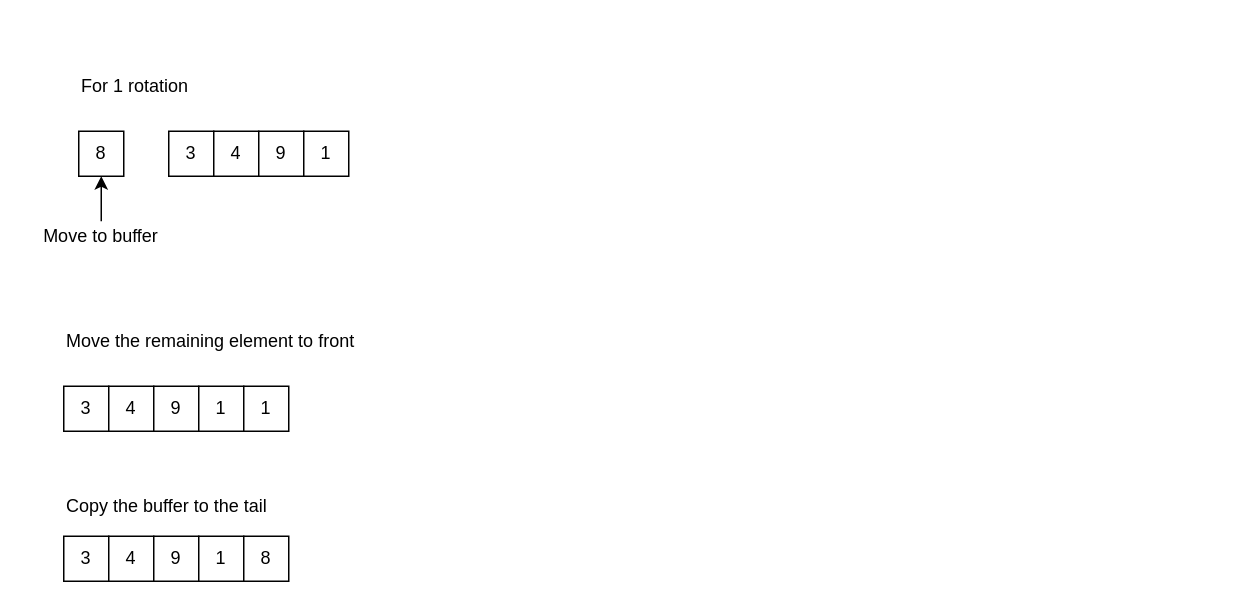
The draw.io diagram docs/RotationLogic.drawio in rajsenthil/tdd-java, before the edit. Source tidied: cells renumbered, new cells numbered last; positions are measured from the earlier drawing's top-left corner, leaving out a move shared by most shapes. Both pictures are drawn from the tidied source at 150%, with x=0, y=0 at pixel (26, 70).
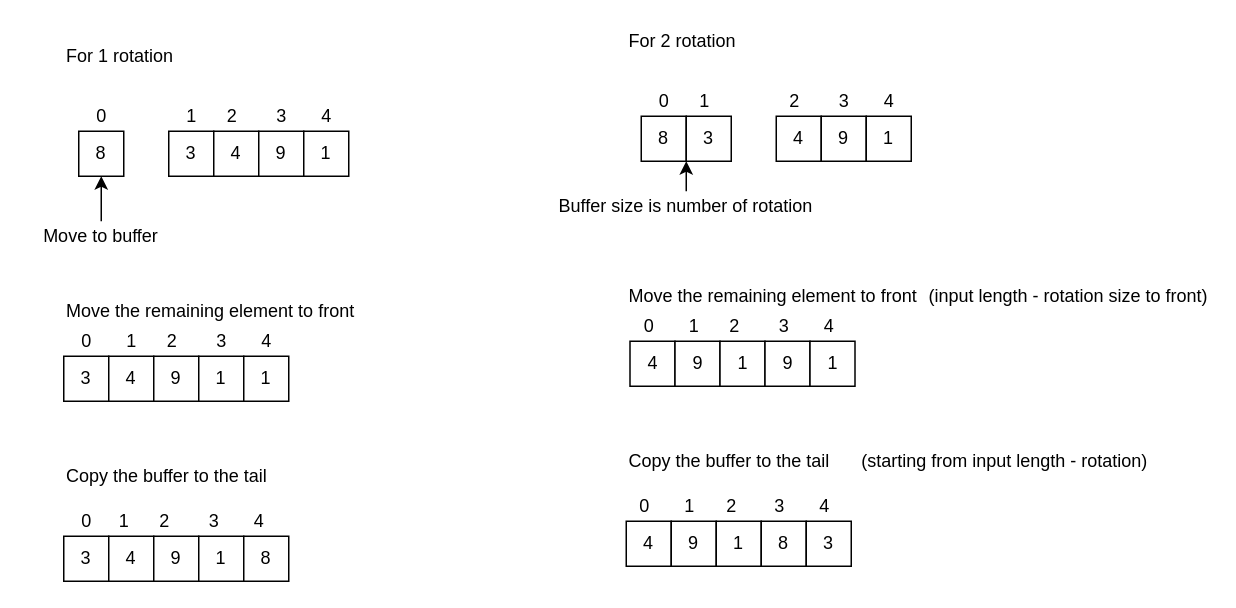
Above is the later version.

Diff of the diagram source:
```diff
@@
     <mxCell id="7" value="For 1 rotation" style="text;html=1;strokeColor=none;fillColor=none;align=left;verticalAlign=middle;whiteSpace=wrap;rounded=0;" parent="1" vertex="1">
-      <mxGeometry x="35" width="180" height="20" as="geometry" />
+      <mxGeometry x="25" y="-20" width="180" height="20" as="geometry" />
     </mxCell>
@@
     <mxCell id="10" value="3" style="whiteSpace=wrap;html=1;" parent="1" vertex="1">
-      <mxGeometry x="25" y="210" width="30" height="30" as="geometry" />
+      <mxGeometry x="25" y="190" width="30" height="30" as="geometry" />
     </mxCell>
     <mxCell id="11" value="4" style="whiteSpace=wrap;html=1;" parent="1" vertex="1">
-      <mxGeometry x="55" y="210" width="30" height="30" as="geometry" />
+      <mxGeometry x="55" y="190" width="30" height="30" as="geometry" />
     </mxCell>
     <mxCell id="12" value="9" style="whiteSpace=wrap;html=1;" parent="1" vertex="1">
-      <mxGeometry x="85" y="210" width="30" height="30" as="geometry" />
+      <mxGeometry x="85" y="190" width="30" height="30" as="geometry" />
     </mxCell>
     <mxCell id="13" value="1" style="whiteSpace=wrap;html=1;" parent="1" vertex="1">
-      <mxGeometry x="115" y="210" width="30" height="30" as="geometry" />
+      <mxGeometry x="115" y="190" width="30" height="30" as="geometry" />
     </mxCell>
     <mxCell id="14" value="Move the remaining element to front" style="text;html=1;strokeColor=none;fillColor=none;align=left;verticalAlign=middle;whiteSpace=wrap;rounded=0;" parent="1" vertex="1">
-      <mxGeometry x="25" y="170" width="200" height="20" as="geometry" />
+      <mxGeometry x="25" y="150" width="200" height="20" as="geometry" />
     </mxCell>
     <mxCell id="15" value="1" style="whiteSpace=wrap;html=1;" parent="1" vertex="1">
-      <mxGeometry x="145" y="210" width="30" height="30" as="geometry" />
+      <mxGeometry x="145" y="190" width="30" height="30" as="geometry" />
     </mxCell>
@@
     <mxCell id="20" value="Copy the buffer to the tail" style="text;html=1;strokeColor=none;fillColor=none;align=left;verticalAlign=middle;whiteSpace=wrap;rounded=0;" parent="1" vertex="1">
-      <mxGeometry x="25" y="280" width="180" height="20" as="geometry" />
+      <mxGeometry x="25" y="260" width="180" height="20" as="geometry" />
     </mxCell>
@@
+    <mxCell id="22" value="0" style="text;html=1;strokeColor=none;fillColor=none;align=center;verticalAlign=middle;whiteSpace=wrap;rounded=0;" parent="1" vertex="1">
+      <mxGeometry x="42.5" y="20" width="15" height="20" as="geometry" />
+    </mxCell>
+    <mxCell id="23" value="1" style="text;html=1;strokeColor=none;fillColor=none;align=center;verticalAlign=middle;whiteSpace=wrap;rounded=0;" parent="1" vertex="1">
+      <mxGeometry x="102.5" y="20" width="15" height="20" as="geometry" />
+    </mxCell>
+    <mxCell id="24" value="2" style="text;html=1;strokeColor=none;fillColor=none;align=center;verticalAlign=middle;whiteSpace=wrap;rounded=0;" parent="1" vertex="1">
+      <mxGeometry x="130" y="20" width="15" height="20" as="geometry" />
+    </mxCell>
+    <mxCell id="25" value="3" style="text;html=1;strokeColor=none;fillColor=none;align=center;verticalAlign=middle;whiteSpace=wrap;rounded=0;" parent="1" vertex="1">
+      <mxGeometry x="162.5" y="20" width="15" height="20" as="geometry" />
+    </mxCell>
+    <mxCell id="26" value="4" style="text;html=1;strokeColor=none;fillColor=none;align=center;verticalAlign=middle;whiteSpace=wrap;rounded=0;" parent="1" vertex="1">
+      <mxGeometry x="192.5" y="20" width="15" height="20" as="geometry" />
+    </mxCell>
+    <mxCell id="27" value="0" style="text;html=1;strokeColor=none;fillColor=none;align=center;verticalAlign=middle;whiteSpace=wrap;rounded=0;" parent="1" vertex="1">
+      <mxGeometry x="32.5" y="170" width="15" height="20" as="geometry" />
+    </mxCell>
+    <mxCell id="28" value="1" style="text;html=1;strokeColor=none;fillColor=none;align=center;verticalAlign=middle;whiteSpace=wrap;rounded=0;" parent="1" vertex="1">
+      <mxGeometry x="62.5" y="170" width="15" height="20" as="geometry" />
+    </mxCell>
+    <mxCell id="29" value="2" style="text;html=1;strokeColor=none;fillColor=none;align=center;verticalAlign=middle;whiteSpace=wrap;rounded=0;" parent="1" vertex="1">
+      <mxGeometry x="90" y="170" width="15" height="20" as="geometry" />
+    </mxCell>
+    <mxCell id="30" value="3" style="text;html=1;strokeColor=none;fillColor=none;align=center;verticalAlign=middle;whiteSpace=wrap;rounded=0;" parent="1" vertex="1">
+      <mxGeometry x="122.5" y="170" width="15" height="20" as="geometry" />
+    </mxCell>
+    <mxCell id="31" value="4" style="text;html=1;strokeColor=none;fillColor=none;align=center;verticalAlign=middle;whiteSpace=wrap;rounded=0;" parent="1" vertex="1">
+      <mxGeometry x="152.5" y="170" width="15" height="20" as="geometry" />
+    </mxCell>
+    <mxCell id="32" value="1" style="text;html=1;strokeColor=none;fillColor=none;align=center;verticalAlign=middle;whiteSpace=wrap;rounded=0;" parent="1" vertex="1">
+      <mxGeometry x="57.5" y="290" width="15" height="20" as="geometry" />
+    </mxCell>
+    <mxCell id="33" value="2" style="text;html=1;strokeColor=none;fillColor=none;align=center;verticalAlign=middle;whiteSpace=wrap;rounded=0;" parent="1" vertex="1">
+      <mxGeometry x="85" y="290" width="15" height="20" as="geometry" />
+    </mxCell>
+    <mxCell id="34" value="3" style="text;html=1;strokeColor=none;fillColor=none;align=center;verticalAlign=middle;whiteSpace=wrap;rounded=0;" parent="1" vertex="1">
+      <mxGeometry x="117.5" y="290" width="15" height="20" as="geometry" />
+    </mxCell>
+    <mxCell id="35" value="4" style="text;html=1;strokeColor=none;fillColor=none;align=center;verticalAlign=middle;whiteSpace=wrap;rounded=0;" parent="1" vertex="1">
+      <mxGeometry x="147.5" y="290" width="15" height="20" as="geometry" />
+    </mxCell>
+    <mxCell id="36" value="0" style="text;html=1;strokeColor=none;fillColor=none;align=center;verticalAlign=middle;whiteSpace=wrap;rounded=0;" parent="1" vertex="1">
+      <mxGeometry x="32.5" y="290" width="15" height="20" as="geometry" />
+    </mxCell>
+    <mxCell id="37" value="8" style="whiteSpace=wrap;html=1;" parent="1" vertex="1">
+      <mxGeometry x="410" y="30" width="30" height="30" as="geometry" />
+    </mxCell>
+    <mxCell id="38" value="3" style="whiteSpace=wrap;html=1;" parent="1" vertex="1">
+      <mxGeometry x="440" y="30" width="30" height="30" as="geometry" />
+    </mxCell>
+    <mxCell id="39" value="4" style="whiteSpace=wrap;html=1;" parent="1" vertex="1">
+      <mxGeometry x="500" y="30" width="30" height="30" as="geometry" />
+    </mxCell>
+    <mxCell id="40" value="9" style="whiteSpace=wrap;html=1;" parent="1" vertex="1">
+      <mxGeometry x="530" y="30" width="30" height="30" as="geometry" />
+    </mxCell>
+    <mxCell id="41" value="1" style="whiteSpace=wrap;html=1;" parent="1" vertex="1">
+      <mxGeometry x="560" y="30" width="30" height="30" as="geometry" />
+    </mxCell>
+    <mxCell id="42" value="For 2 rotation" style="text;html=1;strokeColor=none;fillColor=none;align=left;verticalAlign=middle;whiteSpace=wrap;rounded=0;" parent="1" vertex="1">
+      <mxGeometry x="400" y="-30" width="180" height="20" as="geometry" />
+    </mxCell>
+    <mxCell id="43" value="Buffer size is number of rotation" style="text;html=1;strokeColor=none;fillColor=none;align=center;verticalAlign=middle;whiteSpace=wrap;rounded=0;" parent="1" vertex="1">
+      <mxGeometry x="340" y="80" width="200" height="20" as="geometry" />
+    </mxCell>
+    <mxCell id="44" style="endArrow=classic;html=1;entryX=0;entryY=1;entryDx=0;entryDy=0;exitX=0.5;exitY=0;exitDx=0;exitDy=0;" parent="1" edge="1" source="43" target="38">
+      <mxGeometry relative="1" as="geometry" />
+    </mxCell>
+    <mxCell id="45" value="4" style="whiteSpace=wrap;html=1;" parent="1" vertex="1">
+      <mxGeometry x="402.5" y="180" width="30" height="30" as="geometry" />
+    </mxCell>
+    <mxCell id="46" value="9" style="whiteSpace=wrap;html=1;" parent="1" vertex="1">
+      <mxGeometry x="432.5" y="180" width="30" height="30" as="geometry" />
+    </mxCell>
+    <mxCell id="47" value="1" style="whiteSpace=wrap;html=1;" parent="1" vertex="1">
+      <mxGeometry x="462.5" y="180" width="30" height="30" as="geometry" />
+    </mxCell>
+    <mxCell id="48" value="Move the remaining element to front" style="text;html=1;strokeColor=none;fillColor=none;align=left;verticalAlign=middle;whiteSpace=wrap;rounded=0;" parent="1" vertex="1">
+      <mxGeometry x="400" y="140" width="200" height="20" as="geometry" />
+    </mxCell>
+    <mxCell id="49" value="9" style="whiteSpace=wrap;html=1;" parent="1" vertex="1">
+      <mxGeometry x="492.5" y="180" width="30" height="30" as="geometry" />
+    </mxCell>
+    <mxCell id="50" value="Copy the buffer to the tail" style="text;html=1;strokeColor=none;fillColor=none;align=left;verticalAlign=middle;whiteSpace=wrap;rounded=0;" parent="1" vertex="1">
+      <mxGeometry x="400" y="250" width="180" height="20" as="geometry" />
+    </mxCell>
+    <mxCell id="51" value="0" style="text;html=1;strokeColor=none;fillColor=none;align=center;verticalAlign=middle;whiteSpace=wrap;rounded=0;" parent="1" vertex="1">
+      <mxGeometry x="417.5" y="10" width="15" height="20" as="geometry" />
+    </mxCell>
+    <mxCell id="52" value="1" style="text;html=1;strokeColor=none;fillColor=none;align=center;verticalAlign=middle;whiteSpace=wrap;rounded=0;" parent="1" vertex="1">
+      <mxGeometry x="445" y="10" width="15" height="20" as="geometry" />
+    </mxCell>
+    <mxCell id="53" value="2" style="text;html=1;strokeColor=none;fillColor=none;align=center;verticalAlign=middle;whiteSpace=wrap;rounded=0;" parent="1" vertex="1">
+      <mxGeometry x="505" y="10" width="15" height="20" as="geometry" />
+    </mxCell>
+    <mxCell id="54" value="3" style="text;html=1;strokeColor=none;fillColor=none;align=center;verticalAlign=middle;whiteSpace=wrap;rounded=0;" parent="1" vertex="1">
+      <mxGeometry x="537.5" y="10" width="15" height="20" as="geometry" />
+    </mxCell>
+    <mxCell id="55" value="4" style="text;html=1;strokeColor=none;fillColor=none;align=center;verticalAlign=middle;whiteSpace=wrap;rounded=0;" parent="1" vertex="1">
+      <mxGeometry x="567.5" y="10" width="15" height="20" as="geometry" />
+    </mxCell>
+    <mxCell id="56" value="0" style="text;html=1;strokeColor=none;fillColor=none;align=center;verticalAlign=middle;whiteSpace=wrap;rounded=0;" parent="1" vertex="1">
+      <mxGeometry x="407.5" y="160" width="15" height="20" as="geometry" />
+    </mxCell>
+    <mxCell id="57" value="1" style="text;html=1;strokeColor=none;fillColor=none;align=center;verticalAlign=middle;whiteSpace=wrap;rounded=0;" parent="1" vertex="1">
+      <mxGeometry x="437.5" y="160" width="15" height="20" as="geometry" />
+    </mxCell>
+    <mxCell id="58" value="2" style="text;html=1;strokeColor=none;fillColor=none;align=center;verticalAlign=middle;whiteSpace=wrap;rounded=0;" parent="1" vertex="1">
+      <mxGeometry x="465" y="160" width="15" height="20" as="geometry" />
+    </mxCell>
+    <mxCell id="59" value="3" style="text;html=1;strokeColor=none;fillColor=none;align=center;verticalAlign=middle;whiteSpace=wrap;rounded=0;" parent="1" vertex="1">
+      <mxGeometry x="497.5" y="160" width="15" height="20" as="geometry" />
+    </mxCell>
+    <mxCell id="60" value="4" style="text;html=1;strokeColor=none;fillColor=none;align=center;verticalAlign=middle;whiteSpace=wrap;rounded=0;" parent="1" vertex="1">
+      <mxGeometry x="527.5" y="160" width="15" height="20" as="geometry" />
+    </mxCell>
+    <mxCell id="61" value="1" style="whiteSpace=wrap;html=1;" parent="1" vertex="1">
+      <mxGeometry x="522.5" y="180" width="30" height="30" as="geometry" />
+    </mxCell>
+    <mxCell id="62" value="4" style="whiteSpace=wrap;html=1;" parent="1" vertex="1">
+      <mxGeometry x="400" y="300" width="30" height="30" as="geometry" />
+    </mxCell>
+    <mxCell id="63" value="9" style="whiteSpace=wrap;html=1;" parent="1" vertex="1">
+      <mxGeometry x="430" y="300" width="30" height="30" as="geometry" />
+    </mxCell>
+    <mxCell id="64" value="1" style="whiteSpace=wrap;html=1;" parent="1" vertex="1">
+      <mxGeometry x="460" y="300" width="30" height="30" as="geometry" />
+    </mxCell>
+    <mxCell id="65" value="8" style="whiteSpace=wrap;html=1;" parent="1" vertex="1">
+      <mxGeometry x="490" y="300" width="30" height="30" as="geometry" />
+    </mxCell>
+    <mxCell id="66" value="0" style="text;html=1;strokeColor=none;fillColor=none;align=center;verticalAlign=middle;whiteSpace=wrap;rounded=0;" parent="1" vertex="1">
+      <mxGeometry x="405" y="280" width="15" height="20" as="geometry" />
+    </mxCell>
+    <mxCell id="67" value="1" style="text;html=1;strokeColor=none;fillColor=none;align=center;verticalAlign=middle;whiteSpace=wrap;rounded=0;" parent="1" vertex="1">
+      <mxGeometry x="435" y="280" width="15" height="20" as="geometry" />
+    </mxCell>
+    <mxCell id="68" value="2" style="text;html=1;strokeColor=none;fillColor=none;align=center;verticalAlign=middle;whiteSpace=wrap;rounded=0;" parent="1" vertex="1">
+      <mxGeometry x="462.5" y="280" width="15" height="20" as="geometry" />
+    </mxCell>
+    <mxCell id="69" value="3" style="text;html=1;strokeColor=none;fillColor=none;align=center;verticalAlign=middle;whiteSpace=wrap;rounded=0;" parent="1" vertex="1">
+      <mxGeometry x="495" y="280" width="15" height="20" as="geometry" />
+    </mxCell>
+    <mxCell id="70" value="4" style="text;html=1;strokeColor=none;fillColor=none;align=center;verticalAlign=middle;whiteSpace=wrap;rounded=0;" parent="1" vertex="1">
+      <mxGeometry x="525" y="280" width="15" height="20" as="geometry" />
+    </mxCell>
+    <mxCell id="71" value="3" style="whiteSpace=wrap;html=1;" parent="1" vertex="1">
+      <mxGeometry x="520" y="300" width="30" height="30" as="geometry" />
+    </mxCell>
+    <mxCell id="72" value="(input length - rotation size to front)" style="text;html=1;strokeColor=none;fillColor=none;align=center;verticalAlign=middle;whiteSpace=wrap;rounded=0;" parent="1" vertex="1">
+      <mxGeometry x="600" y="140" width="190" height="20" as="geometry" />
+    </mxCell>
+    <mxCell id="73" value="(starting from input length - rotation)" style="text;html=1;strokeColor=none;fillColor=none;align=center;verticalAlign=middle;whiteSpace=wrap;rounded=0;" parent="1" vertex="1">
+      <mxGeometry x="540" y="250" width="225" height="20" as="geometry" />
+    </mxCell>
```
